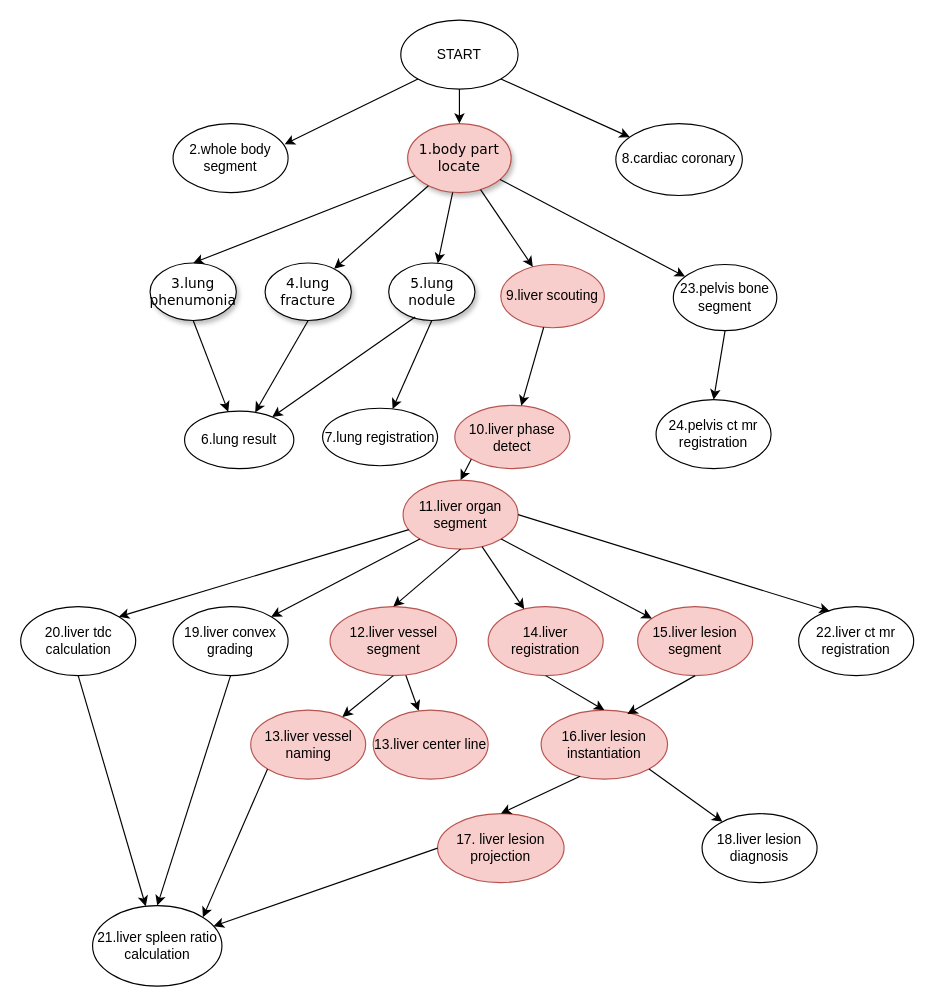
The draw.io diagram ai_calculation_workflow.drawio in aokoqingiz/mystorage, before the edit. Source tidied: cells renumbered, new cells numbered last; positions are measured from the earlier drawing's top-left corner, leaving out a move shared by most shapes. Both pictures are drawn from the tidied source at 115%, with x=0, y=0 at pixel (21, 20).
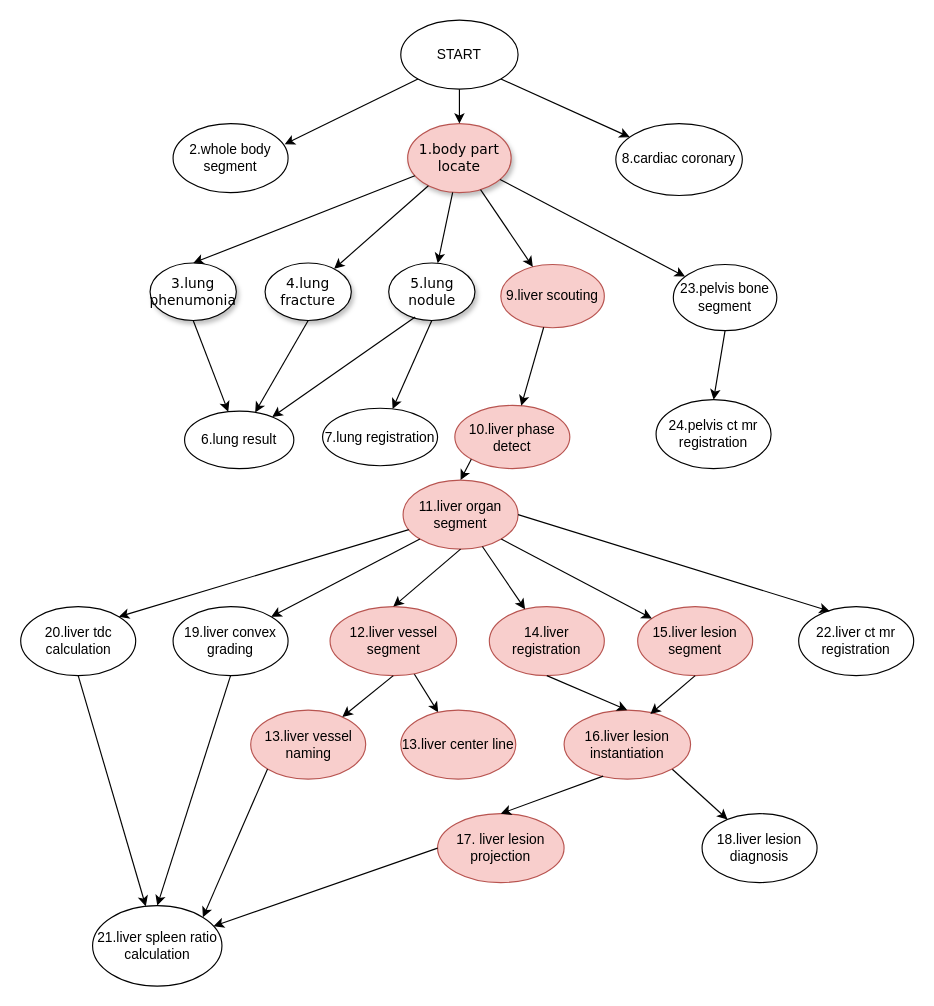
The same diagram, later.

The change refers to these unchanged cells:
```xml
<mxCell id="41" value="18.liver lesion diagnosis" style="ellipse;whiteSpace=wrap;html=1;" parent="1" vertex="1">
  <mxGeometry x="592" y="690" width="100" height="60" as="geometry" />
</mxCell>
```

What changed in the source:
```diff
@@
     <mxCell id="32" value="14.liver registration" style="ellipse;whiteSpace=wrap;html=1;fillColor=#f8cecc;strokeColor=#b85450;" parent="1" vertex="1">
-      <mxGeometry x="406" y="510" width="100" height="60" as="geometry" />
+      <mxGeometry x="407" y="510" width="100" height="60" as="geometry" />
     </mxCell>
@@
+    <mxCell id="42" style="rounded=0;jettySize=auto;html=1;exitX=1;exitY=1;exitDx=0;exitDy=0;" parent="1" edge="1" source="36" target="41">
+      <mxGeometry relative="1" as="geometry" />
+    </mxCell>
     <mxCell id="36" value="16.liver lesion instantiation" style="ellipse;whiteSpace=wrap;html=1;fillColor=#f8cecc;strokeColor=#b85450;" parent="1" vertex="1">
-      <mxGeometry x="452" y="600" width="110" height="60" as="geometry" />
+      <mxGeometry x="472" y="600" width="110" height="60" as="geometry" />
     </mxCell>
@@
-    <mxCell id="42" style="endArrow=classic;html=1;exitX=1;exitY=1;exitDx=0;exitDy=0;" parent="1" edge="1" source="36" target="41">
-      <mxGeometry relative="1" as="geometry" />
-    </mxCell>
@@
     <mxCell id="58" value="13.liver center line" style="ellipse;whiteSpace=wrap;html=1;fillColor=#f8cecc;strokeColor=#b85450;" parent="1" vertex="1">
-      <mxGeometry x="306" y="600" width="100" height="60" as="geometry" />
+      <mxGeometry x="330" y="600" width="100" height="60" as="geometry" />
     </mxCell>
```
